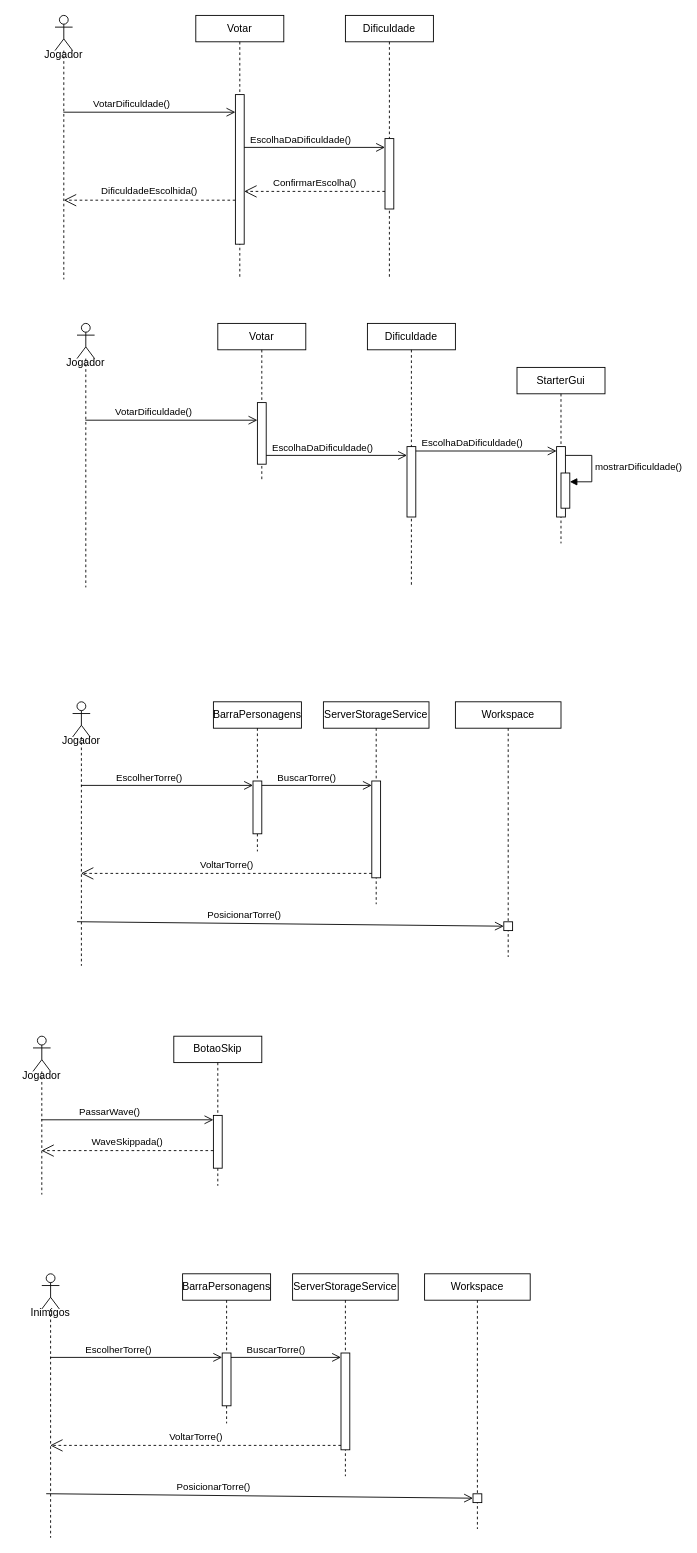
Earlier version of the draw.io diagram DiagramaDeSequênciaPlacementTower.drawio (DEV-0ne-Jao/Projeto-Integrador). Source tidied: cells renumbered, new cells numbered last; positions are measured from the earlier drawing's top-left corner, leaving out a move shared by most shapes. Both pictures are drawn from the tidied source at 88%, with x=0, y=0 at pixel (15, 15).
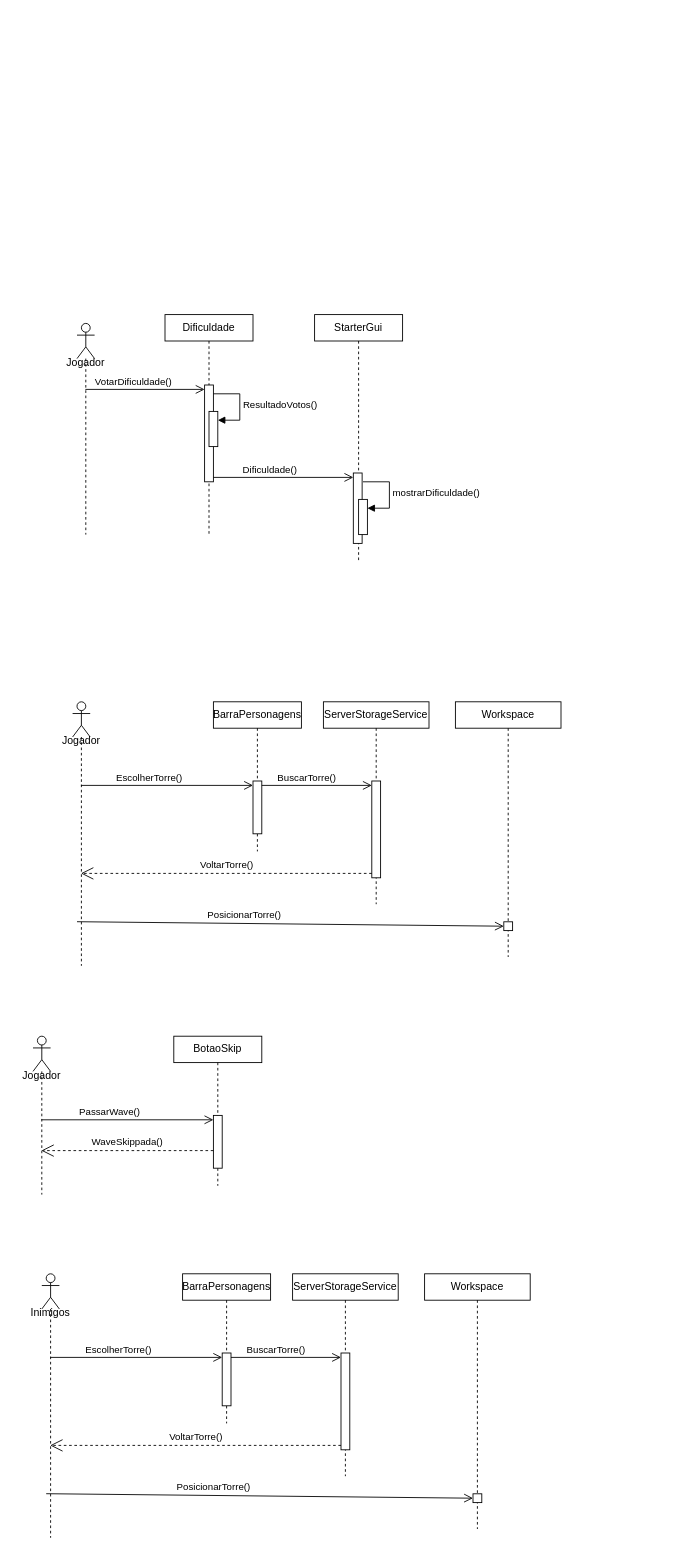
Above is the later version.

What changed in the source:
```diff
@@
-    <mxCell id="2" style="shape=umlLifeline;perimeter=lifelinePerimeter;whiteSpace=wrap;html=1;newEdgeStyle={&quot;curved&quot;:0,&quot;rounded&quot;:0};participant=umlActor;size=40;" parent="1" vertex="1">
-      <mxGeometry x="45" width="20" height="300" as="geometry" />
-    </mxCell>
-    <mxCell id="3" value="Votar" style="shape=umlLifeline;perimeter=lifelinePerimeter;whiteSpace=wrap;html=1;newEdgeStyle={&quot;curved&quot;:0,&quot;rounded&quot;:0};size=30;" parent="1" vertex="1">
-      <mxGeometry x="205" width="100" height="300" as="geometry" />
-    </mxCell>
-    <mxCell id="4" style="html=1;points=[[0,0,0,0,5],[0,1,0,0,-5],[1,0,0,0,5],[1,1,0,0,-5]];perimeter=orthogonalPerimeter;outlineConnect=0;targetShapes=umlLifeline;portConstraint=eastwest;newEdgeStyle={&quot;curved&quot;:0,&quot;rounded&quot;:0};" parent="3" vertex="1">
-      <mxGeometry x="45" y="90" width="10" height="170" as="geometry" />
-    </mxCell>
-    <mxCell id="5" value="Dificuldade" style="shape=umlLifeline;perimeter=lifelinePerimeter;whiteSpace=wrap;html=1;newEdgeStyle={&quot;curved&quot;:0,&quot;rounded&quot;:0};size=30;" parent="1" vertex="1">
-      <mxGeometry x="375" width="100" height="300" as="geometry" />
-    </mxCell>
-    <mxCell id="6" style="html=1;points=[[0,0,0,0,5],[0,1,0,0,-5],[1,0,0,0,5],[1,1,0,0,-5]];perimeter=orthogonalPerimeter;outlineConnect=0;targetShapes=umlLifeline;portConstraint=eastwest;newEdgeStyle={&quot;curved&quot;:0,&quot;rounded&quot;:0};" parent="5" vertex="1">
-      <mxGeometry x="45" y="140" width="10" height="80" as="geometry" />
-    </mxCell>
-    <mxCell id="7" style="endArrow=open;startArrow=none;endFill=0;startFill=0;endSize=8;html=1;verticalAlign=bottom;labelBackgroundColor=none;strokeWidth=1;rounded=0;" parent="1" edge="1">
-      <mxGeometry relative="1" as="geometry">
-        <mxPoint x="54.5" y="110" as="sourcePoint" />
-        <mxPoint x="250" y="110" as="targetPoint" />
-      </mxGeometry>
-    </mxCell>
-    <mxCell id="8" value="VotarDificuldade()" style="edgeLabel;html=1;align=center;verticalAlign=middle;" parent="7" vertex="1">
-      <mxGeometry x="-0.22" relative="1" as="geometry">
-        <mxPoint x="1" y="-10" as="offset" />
-      </mxGeometry>
-    </mxCell>
-    <mxCell id="9" value="Jogador" style="text;html=1;whiteSpace=wrap;strokeColor=none;fillColor=none;align=center;verticalAlign=middle;rounded=0;" parent="1" vertex="1">
-      <mxGeometry x="25" y="30" width="60" height="30" as="geometry" />
-    </mxCell>
-    <mxCell id="10" value="DificuldadeEscolhida()" style="endArrow=open;endSize=12;dashed=1;html=1;rounded=0;" parent="1" edge="1">
-      <mxGeometry y="-10" relative="1" as="geometry">
-        <mxPoint x="250" y="210" as="sourcePoint" />
-        <mxPoint x="55" y="210" as="targetPoint" />
-      </mxGeometry>
-    </mxCell>
-    <mxCell id="11" style="endArrow=open;startArrow=none;endFill=0;startFill=0;endSize=8;html=1;verticalAlign=bottom;labelBackgroundColor=none;strokeWidth=1;rounded=0;exitX=1;exitY=0.294;exitDx=0;exitDy=0;exitPerimeter=0;" parent="1" edge="1" target="6">
-      <mxGeometry relative="1" as="geometry">
-        <mxPoint x="260" y="150" as="sourcePoint" />
-      </mxGeometry>
-    </mxCell>
-    <mxCell id="12" value="EscolhaDaDificuldade()" style="edgeLabel;html=1;align=center;verticalAlign=middle;" parent="11" vertex="1">
-      <mxGeometry x="-0.22" relative="1" as="geometry">
-        <mxPoint x="1" y="-10" as="offset" />
-      </mxGeometry>
-    </mxCell>
-    <mxCell id="13" value="ConfirmarEscolha()" style="endArrow=open;endSize=12;dashed=1;html=1;rounded=0;" parent="1" edge="1" source="6" target="4">
-      <mxGeometry y="-10" relative="1" as="geometry">
-        <Array as="points">
-          <mxPoint x="400" y="200" />
-        </Array>
-      </mxGeometry>
-    </mxCell>
@@
     <mxCell id="24" style="shape=umlLifeline;perimeter=lifelinePerimeter;whiteSpace=wrap;html=1;outlineConnect=0;portConstraint=eastwest;newEdgeStyle={&quot;curved&quot;:0,&quot;rounded&quot;:0};participant=umlActor;size=40;" parent="1" vertex="1">
-      <mxGeometry x="70" y="350" width="20" height="300" as="geometry" />
+      <mxGeometry x="70" y="350" width="20" height="240" as="geometry" />
     </mxCell>
-    <mxCell id="25" value="Votar" style="shape=umlLifeline;perimeter=lifelinePerimeter;whiteSpace=wrap;html=1;newEdgeStyle={&quot;curved&quot;:0,&quot;rounded&quot;:0};size=30;" parent="1" vertex="1">
-      <mxGeometry x="230" y="350" width="100" height="180" as="geometry" />
-    </mxCell>
-    <mxCell id="26" style="html=1;perimeter=orthogonalPerimeter;targetShapes=umlLifeline;newEdgeStyle={&quot;curved&quot;:0,&quot;rounded&quot;:0};" parent="25" vertex="1">
-      <mxGeometry x="45" y="90" width="10" height="70" as="geometry" />
-    </mxCell>
     <mxCell id="27" value="Dificuldade" style="shape=umlLifeline;perimeter=lifelinePerimeter;whiteSpace=wrap;html=1;newEdgeStyle={&quot;curved&quot;:0,&quot;rounded&quot;:0};size=30;" parent="1" vertex="1">
-      <mxGeometry x="400" y="350" width="100" height="300" as="geometry" />
+      <mxGeometry x="170" y="340" width="100" height="250" as="geometry" />
     </mxCell>
     <mxCell id="28" style="html=1;points=[[0,0,0,0,5],[0,1,0,0,-5],[1,0,0,0,5],[1,1,0,0,-5]];perimeter=orthogonalPerimeter;outlineConnect=0;targetShapes=umlLifeline;portConstraint=eastwest;newEdgeStyle={&quot;curved&quot;:0,&quot;rounded&quot;:0};" parent="27" vertex="1">
-      <mxGeometry x="45" y="140" width="10" height="80" as="geometry" />
+      <mxGeometry x="45" y="80" width="10" height="110" as="geometry" />
     </mxCell>
+    <mxCell id="67" style="html=1;points=[[0,0,0,0,5],[0,1,0,0,-5],[1,0,0,0,5],[1,1,0,0,-5]];perimeter=orthogonalPerimeter;outlineConnect=0;targetShapes=umlLifeline;portConstraint=eastwest;newEdgeStyle={&quot;curved&quot;:0,&quot;rounded&quot;:0};" parent="27" vertex="1">
+      <mxGeometry x="50" y="110" width="10" height="40" as="geometry" />
+    </mxCell>
+    <mxCell id="68" value="ResultadoVotos()" style="html=1;align=left;spacingLeft=2;endArrow=block;rounded=0;edgeStyle=orthogonalEdgeStyle;curved=0;rounded=0;" parent="27" edge="1" target="67">
+      <mxGeometry relative="1" as="geometry">
+        <mxPoint x="55" y="90" as="sourcePoint" />
+        <Array as="points">
+          <mxPoint x="85" y="120" />
+        </Array>
+      </mxGeometry>
+    </mxCell>
-    <mxCell id="29" style="endArrow=open;startArrow=none;endFill=0;startFill=0;endSize=8;html=1;verticalAlign=bottom;labelBackgroundColor=none;strokeWidth=1;rounded=0;" parent="1" edge="1">
-      <mxGeometry relative="1" as="geometry">
-        <mxPoint x="79.5" y="460" as="sourcePoint" />
-        <mxPoint x="275" y="460" as="targetPoint" />
-      </mxGeometry>
+    <mxCell id="29" style="endArrow=open;startArrow=none;endFill=0;startFill=0;endSize=8;html=1;verticalAlign=bottom;labelBackgroundColor=none;strokeWidth=1;rounded=0;entryX=0;entryY=0;entryDx=0;entryDy=5;entryPerimeter=0;" parent="1" edge="1" source="24" target="28">
+      <mxGeometry relative="1" as="geometry" />
     </mxCell>
@@
-    <mxCell id="32" style="endArrow=open;startArrow=none;endFill=0;startFill=0;endSize=8;html=1;verticalAlign=bottom;labelBackgroundColor=none;strokeWidth=1;rounded=0;exitX=1;exitY=0.294;exitDx=0;exitDy=0;exitPerimeter=0;" parent="1" edge="1" target="28">
-      <mxGeometry relative="1" as="geometry">
-        <mxPoint x="285" y="500" as="sourcePoint" />
-      </mxGeometry>
-    </mxCell>
-    <mxCell id="33" value="EscolhaDaDificuldade()" style="edgeLabel;html=1;align=center;verticalAlign=middle;" parent="32" vertex="1">
-      <mxGeometry x="-0.22" relative="1" as="geometry">
-        <mxPoint x="1" y="-10" as="offset" />
-      </mxGeometry>
-    </mxCell>
@@
     <mxCell id="40" value="StarterGui" style="shape=umlLifeline;perimeter=lifelinePerimeter;whiteSpace=wrap;html=1;newEdgeStyle={&quot;curved&quot;:0,&quot;rounded&quot;:0};size=30;" parent="1" vertex="1">
-      <mxGeometry x="570" y="400" width="100" height="200" as="geometry" />
+      <mxGeometry x="340" y="340" width="100" height="280" as="geometry" />
     </mxCell>
     <mxCell id="41" style="html=1;points=[[0,0,0,0,5],[0,1,0,0,-5],[1,0,0,0,5],[1,1,0,0,-5]];perimeter=orthogonalPerimeter;outlineConnect=0;targetShapes=umlLifeline;portConstraint=eastwest;newEdgeStyle={&quot;curved&quot;:0,&quot;rounded&quot;:0};" parent="40" vertex="1">
-      <mxGeometry x="45" y="90" width="10" height="80" as="geometry" />
+      <mxGeometry x="44" y="180" width="10" height="80" as="geometry" />
     </mxCell>
     <mxCell id="42" style="html=1;points=[[0,0,0,0,5],[0,1,0,0,-5],[1,0,0,0,5],[1,1,0,0,-5]];perimeter=orthogonalPerimeter;outlineConnect=0;targetShapes=umlLifeline;portConstraint=eastwest;newEdgeStyle={&quot;curved&quot;:0,&quot;rounded&quot;:0};" parent="40" vertex="1">
-      <mxGeometry x="50" y="120" width="10" height="40" as="geometry" />
+      <mxGeometry x="50" y="210" width="10" height="40" as="geometry" />
     </mxCell>
     <mxCell id="43" value="mostrarDificuldade()" style="html=1;align=left;spacingLeft=2;endArrow=block;rounded=0;edgeStyle=orthogonalEdgeStyle;curved=0;rounded=0;" parent="40" edge="1" target="42">
       <mxGeometry relative="1" as="geometry">
-        <mxPoint x="55" y="100" as="sourcePoint" />
+        <mxPoint x="55" y="190" as="sourcePoint" />
         <Array as="points">
-          <mxPoint x="85" y="130" />
+          <mxPoint x="85" y="190" />
+          <mxPoint x="85" y="220" />
         </Array>
       </mxGeometry>
     </mxCell>
@@
-    <mxCell id="46" style="endArrow=open;startArrow=none;endFill=0;startFill=0;endSize=8;html=1;verticalAlign=bottom;labelBackgroundColor=none;strokeWidth=1;rounded=0;exitX=1;exitY=0;exitDx=0;exitDy=5;exitPerimeter=0;entryX=0;entryY=0;entryDx=0;entryDy=5;entryPerimeter=0;" parent="1" edge="1" source="28" target="41">
+    <mxCell id="46" style="endArrow=open;startArrow=none;endFill=0;startFill=0;endSize=8;html=1;verticalAlign=bottom;labelBackgroundColor=none;strokeWidth=1;rounded=0;exitX=1;exitY=1;exitDx=0;exitDy=-5;exitPerimeter=0;entryX=0;entryY=0;entryDx=0;entryDy=5;entryPerimeter=0;" parent="1" edge="1" source="28" target="41">
       <mxGeometry relative="1" as="geometry" />
     </mxCell>
-    <mxCell id="47" value="EscolhaDaDificuldade()" style="edgeLabel;html=1;align=center;verticalAlign=middle;" parent="46" vertex="1">
+    <mxCell id="47" value="Dificuldade()" style="edgeLabel;html=1;align=center;verticalAlign=middle;" parent="46" vertex="1">
       <mxGeometry x="-0.22" relative="1" as="geometry">
         <mxPoint x="1" y="-10" as="offset" />
       </mxGeometry>
     </mxCell>
```
